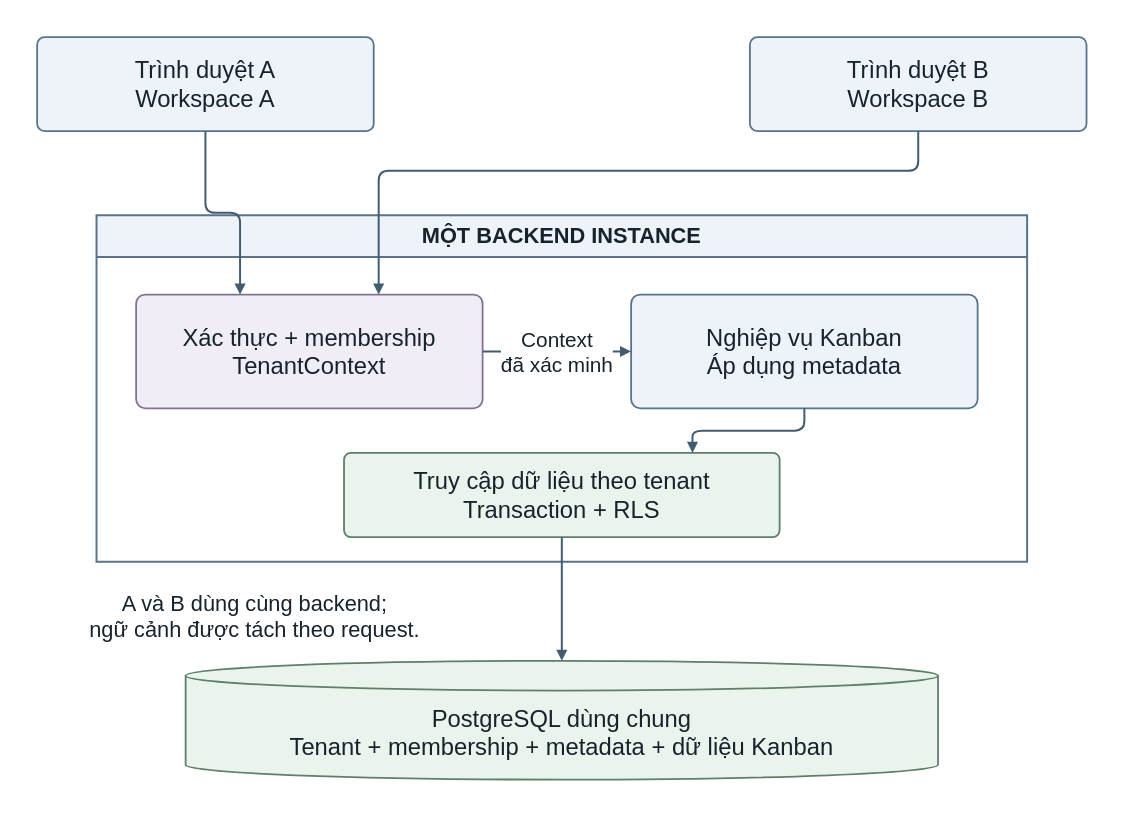
The draw.io diagram output/report-theo-dany/figures/drawio/hinh_3_2_kien_truc.drawio in Hungcb123/NCKH-Hung, before the edit. Source tidied: cells renumbered, new cells numbered last; positions are measured from the earlier drawing's top-left corner, leaving out a move shared by most shapes. Both pictures are drawn from the tidied source at 99%, with x=0, y=0 at pixel (17, 17).
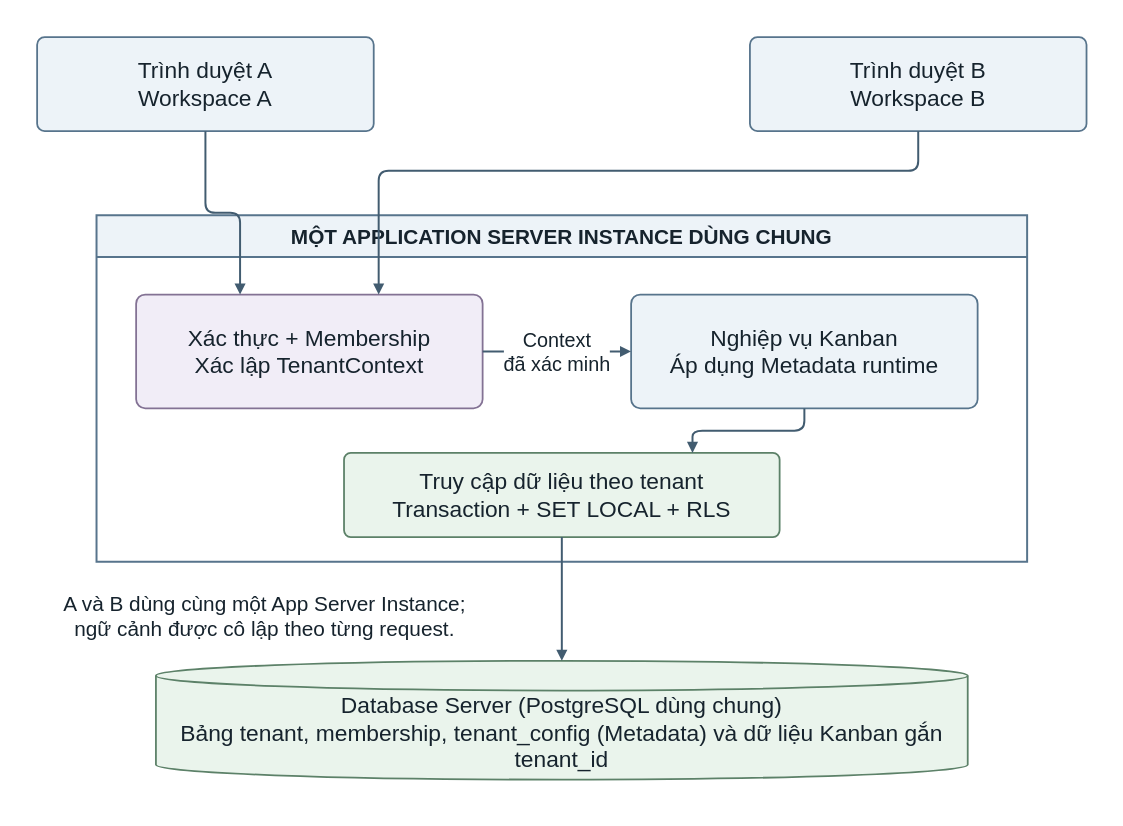
The same diagram, later.

The edit, as a diff of the source:
```diff
@@
 <mxGraphModel background="#ffffff">
   <root>
     <mxCell id="0" />
     <mxCell id="1" parent="0" />
     <mxCell id="2" style="html=1;whiteSpace=wrap;fontFamily=Arial;fontColor=#16232D;fontSize=24;spacing=10;align=center;verticalAlign=middle;fillColor=none;strokeColor=none;" parent="1" vertex="1">
       <mxGeometry width="1100" height="800" as="geometry" />
     </mxCell>
-    <mxCell id="3" value="Trình duyệt A&#10;Workspace A" style="html=1;whiteSpace=wrap;fontFamily=Arial;fontColor=#16232D;fontSize=24;spacing=10;align=center;verticalAlign=middle;rounded=1;arcSize=8;fillColor=#EDF3F8;strokeColor=#57748C;strokeWidth=1.8;" parent="1" vertex="1">
+    <mxCell id="3" value="Trình duyệt A&#10;Workspace A" style="html=1;whiteSpace=wrap;fontFamily=Arial;fontColor=#16232D;fontSize=24;spacing=10;align=center;verticalAlign=middle;rounded=1;arcSize=8;fontSize=23;fillColor=#EDF3F8;strokeColor=#57748C;strokeWidth=1.8;" parent="1" vertex="1">
       <mxGeometry x="20" y="20" width="340" height="95" as="geometry" />
     </mxCell>
-    <mxCell id="4" value="Trình duyệt B&#10;Workspace B" style="html=1;whiteSpace=wrap;fontFamily=Arial;fontColor=#16232D;fontSize=24;spacing=10;align=center;verticalAlign=middle;rounded=1;arcSize=8;fillColor=#EDF3F8;strokeColor=#57748C;strokeWidth=1.8;" parent="1" vertex="1">
+    <mxCell id="4" value="Trình duyệt B&#10;Workspace B" style="html=1;whiteSpace=wrap;fontFamily=Arial;fontColor=#16232D;fontSize=24;spacing=10;align=center;verticalAlign=middle;rounded=1;arcSize=8;fontSize=23;fillColor=#EDF3F8;strokeColor=#57748C;strokeWidth=1.8;" parent="1" vertex="1">
       <mxGeometry x="740" y="20" width="340" height="95" as="geometry" />
     </mxCell>
-    <mxCell id="5" value="MỘT BACKEND INSTANCE" style="html=1;whiteSpace=wrap;fontFamily=Arial;fontColor=#16232D;fontSize=24;spacing=10;align=center;verticalAlign=middle;swimlane;startSize=42;horizontal=1;fontSize=22;fontStyle=1;fillColor=#EDF3F8;swimlaneFillColor=#FFFFFF;strokeColor=#57748C;strokeWidth=2;" parent="1" vertex="1">
+    <mxCell id="5" value="MỘT APPLICATION SERVER INSTANCE DÙNG CHUNG" style="html=1;whiteSpace=wrap;fontFamily=Arial;fontColor=#16232D;fontSize=24;spacing=10;align=center;verticalAlign=middle;swimlane;startSize=42;horizontal=1;fontSize=21;fontStyle=1;fillColor=#EDF3F8;swimlaneFillColor=#FFFFFF;strokeColor=#57748C;strokeWidth=2;" parent="1" vertex="1">
       <mxGeometry x="80" y="200" width="940" height="350" as="geometry" />
     </mxCell>
-    <mxCell id="6" value="Xác thực + membership&#10;TenantContext" style="html=1;whiteSpace=wrap;fontFamily=Arial;fontColor=#16232D;fontSize=24;spacing=10;align=center;verticalAlign=middle;rounded=1;arcSize=8;fillColor=#F1EDF7;strokeColor=#837294;strokeWidth=1.8;" parent="1" vertex="1">
+    <mxCell id="6" value="Xác thực + Membership&#10;Xác lập TenantContext" style="html=1;whiteSpace=wrap;fontFamily=Arial;fontColor=#16232D;fontSize=24;spacing=10;align=center;verticalAlign=middle;rounded=1;arcSize=8;fontSize=23;fillColor=#F1EDF7;strokeColor=#837294;strokeWidth=1.8;" parent="1" vertex="1">
       <mxGeometry x="120" y="280" width="350" height="115" as="geometry" />
     </mxCell>
-    <mxCell id="7" value="Nghiệp vụ Kanban&#10;Áp dụng metadata" style="html=1;whiteSpace=wrap;fontFamily=Arial;fontColor=#16232D;fontSize=24;spacing=10;align=center;verticalAlign=middle;rounded=1;arcSize=8;fillColor=#EDF3F8;strokeColor=#57748C;strokeWidth=1.8;" parent="1" vertex="1">
+    <mxCell id="7" value="Nghiệp vụ Kanban&#10;Áp dụng Metadata runtime" style="html=1;whiteSpace=wrap;fontFamily=Arial;fontColor=#16232D;fontSize=24;spacing=10;align=center;verticalAlign=middle;rounded=1;arcSize=8;fontSize=23;fillColor=#EDF3F8;strokeColor=#57748C;strokeWidth=1.8;" parent="1" vertex="1">
       <mxGeometry x="620" y="280" width="350" height="115" as="geometry" />
     </mxCell>
-    <mxCell id="8" value="Truy cập dữ liệu theo tenant&#10;Transaction + RLS" style="html=1;whiteSpace=wrap;fontFamily=Arial;fontColor=#16232D;fontSize=24;spacing=10;align=center;verticalAlign=middle;rounded=1;arcSize=8;fillColor=#EAF4EC;strokeColor=#5C8168;strokeWidth=1.8;" parent="1" vertex="1">
+    <mxCell id="8" value="Truy cập dữ liệu theo tenant&#10;Transaction + SET LOCAL + RLS" style="html=1;whiteSpace=wrap;fontFamily=Arial;fontColor=#16232D;fontSize=24;spacing=10;align=center;verticalAlign=middle;rounded=1;arcSize=8;fontSize=23;fillColor=#EAF4EC;strokeColor=#5C8168;strokeWidth=1.8;" parent="1" vertex="1">
       <mxGeometry x="330" y="440" width="440" height="85" as="geometry" />
     </mxCell>
-    <mxCell id="9" style="edgeStyle=orthogonalEdgeStyle;rounded=1;jettySize=auto;html=1;fontFamily=Arial;fontSize=21;fontColor=#16232D;labelBackgroundColor=#FFFFFF;strokeColor=#425C70;strokeWidth=2;endArrow=block;endFill=1;exitX=0.5;exitY=1;entryX=0.3;entryY=0;" parent="1" edge="1" source="3" target="6">
+    <mxCell id="9" style="edgeStyle=orthogonalEdgeStyle;rounded=1;jettySize=auto;html=1;fontFamily=Arial;fontSize=20;fontColor=#16232D;labelBackgroundColor=#FFFFFF;strokeColor=#425C70;strokeWidth=2;endArrow=block;endFill=1;exitX=0.5;exitY=1;entryX=0.3;entryY=0;" parent="1" edge="1" source="3" target="6">
       <mxGeometry relative="1" as="geometry" />
     </mxCell>
-    <mxCell id="10" style="edgeStyle=orthogonalEdgeStyle;rounded=1;jettySize=auto;html=1;fontFamily=Arial;fontSize=21;fontColor=#16232D;labelBackgroundColor=#FFFFFF;strokeColor=#425C70;strokeWidth=2;endArrow=block;endFill=1;exitX=0.5;exitY=1;entryX=0.7;entryY=0;" parent="1" edge="1" source="4" target="6">
+    <mxCell id="10" style="edgeStyle=orthogonalEdgeStyle;rounded=1;jettySize=auto;html=1;fontFamily=Arial;fontSize=20;fontColor=#16232D;labelBackgroundColor=#FFFFFF;strokeColor=#425C70;strokeWidth=2;endArrow=block;endFill=1;exitX=0.5;exitY=1;entryX=0.7;entryY=0;" parent="1" edge="1" source="4" target="6">
       <mxGeometry relative="1" as="geometry">
         <Array as="points">
           <mxPoint x="910" y="155" />
           <mxPoint x="365" y="155" />
         </Array>
       </mxGeometry>
     </mxCell>
-    <mxCell id="11" value="Context&#10;đã xác minh" style="edgeStyle=orthogonalEdgeStyle;rounded=1;jettySize=auto;html=1;fontFamily=Arial;fontSize=21;fontColor=#16232D;labelBackgroundColor=#FFFFFF;strokeColor=#425C70;strokeWidth=2;endArrow=block;endFill=1;exitX=1;exitY=0.5;entryX=0;entryY=0.5;" parent="1" edge="1" source="6" target="7">
+    <mxCell id="11" value="Context&#10;đã xác minh" style="edgeStyle=orthogonalEdgeStyle;rounded=1;jettySize=auto;html=1;fontFamily=Arial;fontSize=20;fontColor=#16232D;labelBackgroundColor=#FFFFFF;strokeColor=#425C70;strokeWidth=2;endArrow=block;endFill=1;exitX=1;exitY=0.5;entryX=0;entryY=0.5;" parent="1" edge="1" source="6" target="7">
       <mxGeometry relative="1" as="geometry" />
     </mxCell>
-    <mxCell id="12" style="edgeStyle=orthogonalEdgeStyle;rounded=1;jettySize=auto;html=1;fontFamily=Arial;fontSize=21;fontColor=#16232D;labelBackgroundColor=#FFFFFF;strokeColor=#425C70;strokeWidth=2;endArrow=block;endFill=1;exitX=0.5;exitY=1;entryX=0.8;entryY=0;" parent="1" edge="1" source="7" target="8">
+    <mxCell id="12" style="edgeStyle=orthogonalEdgeStyle;rounded=1;jettySize=auto;html=1;fontFamily=Arial;fontSize=20;fontColor=#16232D;labelBackgroundColor=#FFFFFF;strokeColor=#425C70;strokeWidth=2;endArrow=block;endFill=1;exitX=0.5;exitY=1;entryX=0.8;entryY=0;" parent="1" edge="1" source="7" target="8">
       <mxGeometry relative="1" as="geometry" />
     </mxCell>
-    <mxCell id="13" value="PostgreSQL dùng chung&#10;Tenant + membership + metadata + dữ liệu Kanban" style="html=1;whiteSpace=wrap;fontFamily=Arial;fontColor=#16232D;fontSize=24;spacing=10;align=center;verticalAlign=middle;shape=cylinder3;size=15;boundedLbl=1;fillColor=#EAF4EC;strokeColor=#5C8168;strokeWidth=1.8;" parent="1" vertex="1">
-      <mxGeometry x="170" y="650" width="760" height="120" as="geometry" />
+    <mxCell id="13" value="Database Server (PostgreSQL dùng chung)&#10;Bảng tenant, membership, tenant_config (Metadata) và dữ liệu Kanban gắn tenant_id" style="html=1;whiteSpace=wrap;fontFamily=Arial;fontColor=#16232D;fontSize=24;spacing=10;align=center;verticalAlign=middle;shape=cylinder3;size=15;boundedLbl=1;fontSize=23;fillColor=#EAF4EC;strokeColor=#5C8168;strokeWidth=1.8;" parent="1" vertex="1">
+      <mxGeometry x="140" y="650" width="820" height="120" as="geometry" />
     </mxCell>
-    <mxCell id="14" style="edgeStyle=orthogonalEdgeStyle;rounded=1;jettySize=auto;html=1;fontFamily=Arial;fontSize=21;fontColor=#16232D;labelBackgroundColor=#FFFFFF;strokeColor=#425C70;strokeWidth=2;endArrow=block;endFill=1;exitX=0.5;exitY=1;entryX=0.5;entryY=0;" parent="1" edge="1" source="8" target="13">
+    <mxCell id="14" style="edgeStyle=orthogonalEdgeStyle;rounded=1;jettySize=auto;html=1;fontFamily=Arial;fontSize=20;fontColor=#16232D;labelBackgroundColor=#FFFFFF;strokeColor=#425C70;strokeWidth=2;endArrow=block;endFill=1;exitX=0.5;exitY=1;entryX=0.5;entryY=0;" parent="1" edge="1" source="8" target="13">
       <mxGeometry relative="1" as="geometry" />
     </mxCell>
-    <mxCell id="15" value="A và B dùng cùng backend;&#10;ngữ cảnh được tách theo request." style="html=1;whiteSpace=wrap;fontFamily=Arial;fontColor=#16232D;fontSize=24;spacing=10;align=center;verticalAlign=middle;text;strokeColor=none;fillColor=none;fontSize=22;fontStyle=0;align=center;spacing=0;" parent="1" vertex="1">
-      <mxGeometry x="35" y="575" width="410" height="65" as="geometry" />
+    <mxCell id="15" value="A và B dùng cùng một App Server Instance;&#10;ngữ cảnh được cô lập theo từng request." style="html=1;whiteSpace=wrap;fontFamily=Arial;fontColor=#16232D;fontSize=24;spacing=10;align=center;verticalAlign=middle;text;strokeColor=none;fillColor=none;fontSize=21;fontStyle=0;align=center;spacing=0;" parent="1" vertex="1">
+      <mxGeometry x="35" y="575" width="430" height="65" as="geometry" />
     </mxCell>
   </root>
 </mxGraphModel>
```
